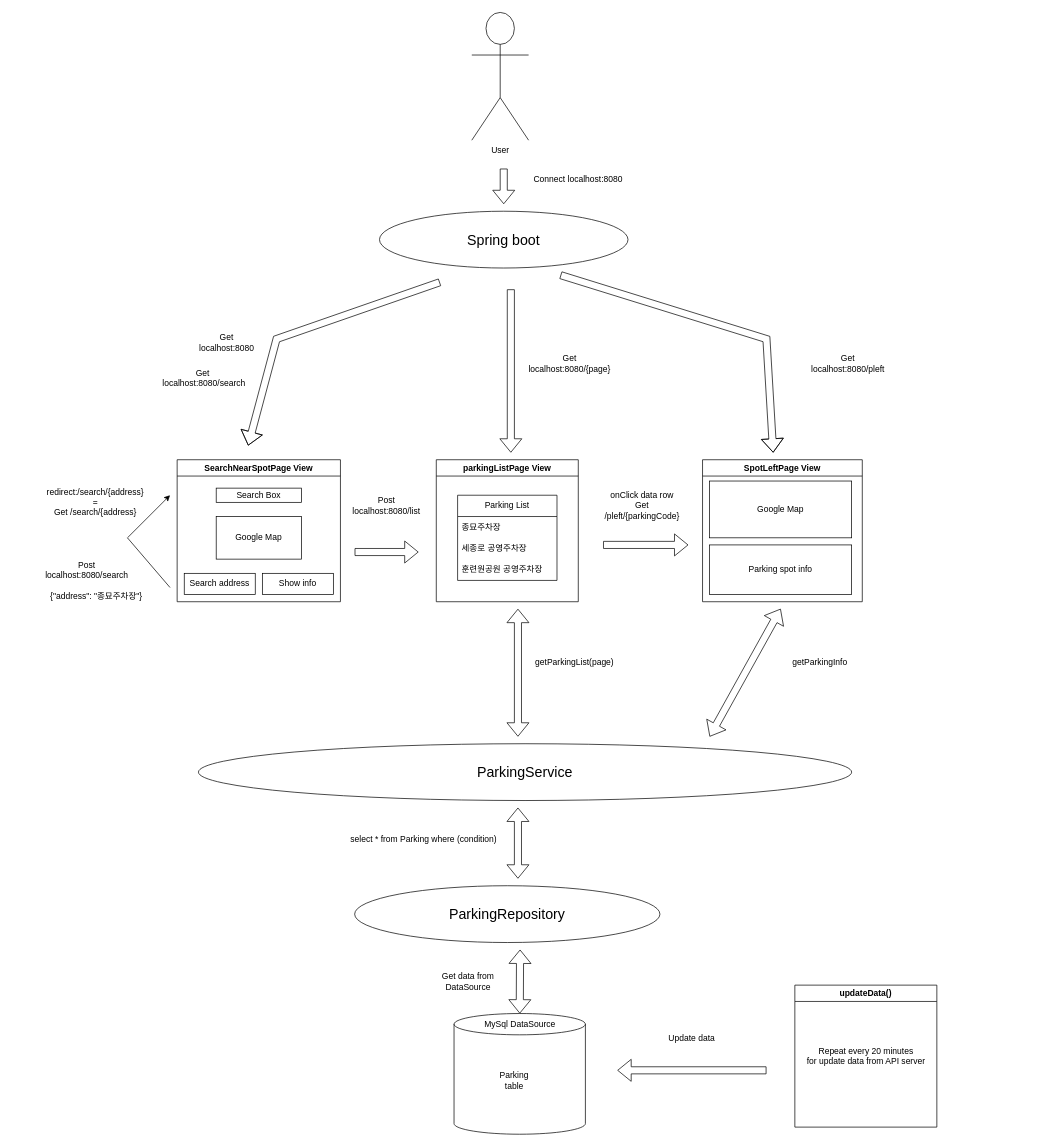
Earlier version of the draw.io diagram diagram/Diagram.drawio (SalkCoding/ParkingHere). Source tidied: cells renumbered, new cells numbered last; positions are measured from the earlier drawing's top-left corner, leaving out a move shared by most shapes. Both pictures are drawn from the tidied source at 71%, with x=0, y=0 at pixel (12, 12).
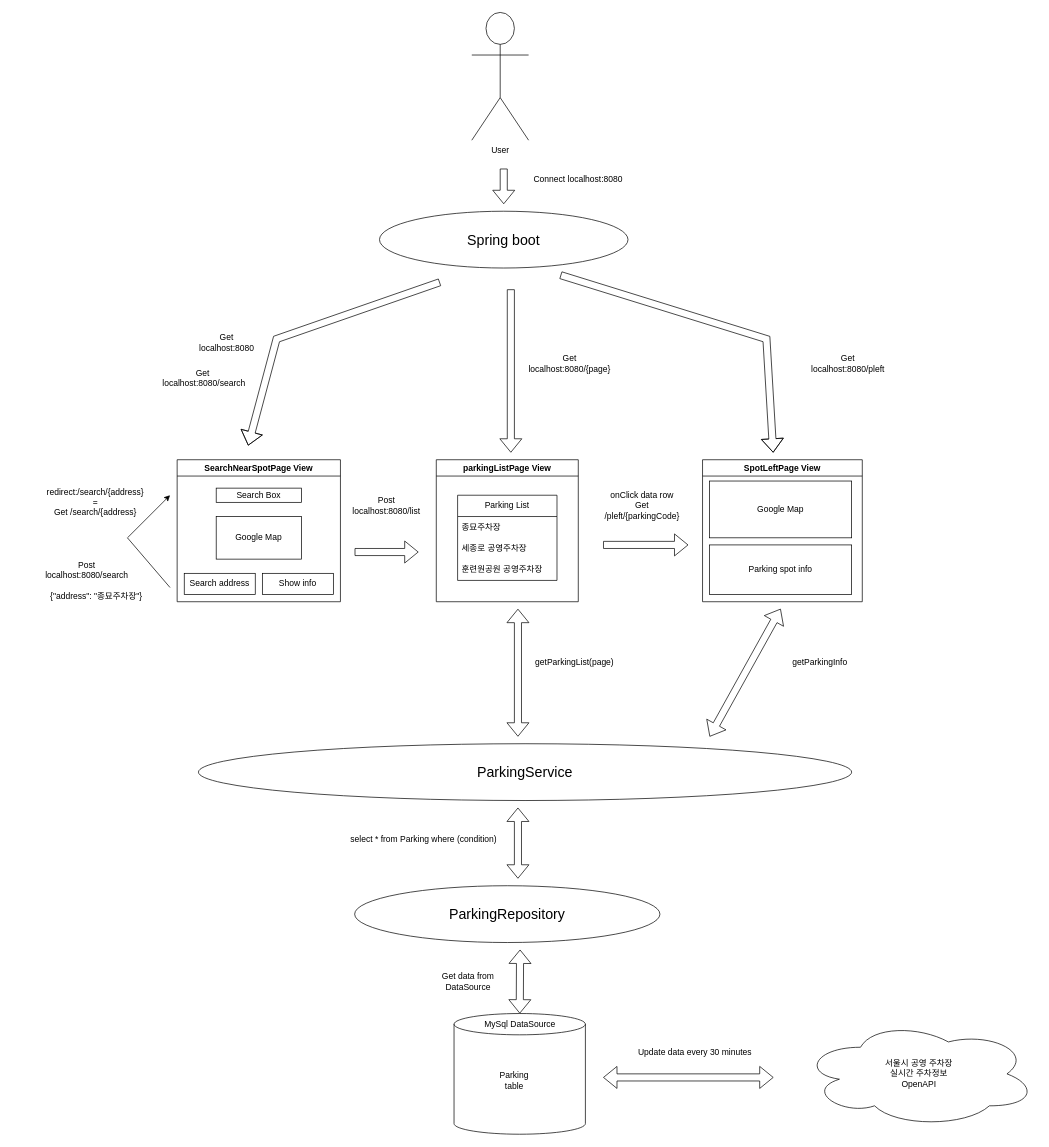
The same diagram, later.

The edit, as a diff of the source:
```diff
@@
-    <mxCell id="47" value="updateData()" style="swimlane;whiteSpace=wrap;html=1;" parent="1" vertex="1">
-      <mxGeometry x="1102" y="1370" width="200" height="200" as="geometry" />
-    </mxCell>
-    <mxCell id="48" value="Repeat every 20 minutes&lt;br&gt;for update data from API server" style="text;html=1;align=center;verticalAlign=middle;strokeColor=none;fillColor=none;" parent="47" vertex="1">
-      <mxGeometry x="5" y="80" width="190" height="40" as="geometry" />
-    </mxCell>
-    <mxCell id="49" style="shape=flexArrow;endArrow=classic;html=1;rounded=0;" parent="1" edge="1">
-      <mxGeometry relative="1" as="geometry">
-        <mxPoint x="1062" y="1490" as="sourcePoint" />
-        <mxPoint x="852" y="1490" as="targetPoint" />
-      </mxGeometry>
-    </mxCell>
-    <mxCell id="50" value="Update data" style="text;html=1;strokeColor=none;fillColor=none;align=center;verticalAlign=middle;whiteSpace=wrap;rounded=0;" parent="1" vertex="1">
-      <mxGeometry x="902" y="1430" width="110" height="30" as="geometry" />
+    <mxCell id="50" value="Update data every 30 minutes" style="text;html=1;strokeColor=none;fillColor=none;align=center;verticalAlign=middle;whiteSpace=wrap;rounded=0;" parent="1" vertex="1">
+      <mxGeometry x="879.5" y="1450" width="162.5" height="30" as="geometry" />
     </mxCell>
+    <mxCell id="51" value="서울시 공영 주차장&lt;br&gt;실시간 주차정보&lt;br&gt;OpenAPI" style="ellipse;shape=cloud;whiteSpace=wrap;html=1;" parent="1" vertex="1">
+      <mxGeometry x="1112" y="1420" width="330" height="150" as="geometry" />
+    </mxCell>
+    <mxCell id="52" style="shape=flexArrow;endArrow=classic;startArrow=classic;html=1;rounded=0;" parent="1" edge="1">
+      <mxGeometry relative="1" as="geometry">
+        <mxPoint x="832" y="1500" as="sourcePoint" />
+        <mxPoint x="1072" y="1500" as="targetPoint" />
+      </mxGeometry>
+    </mxCell>
```
